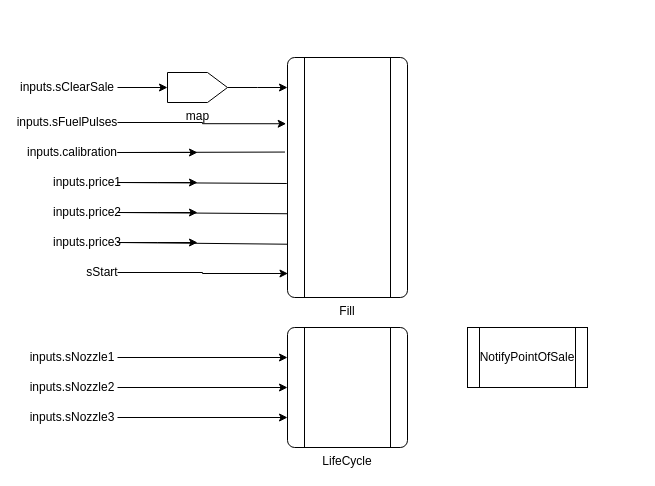
This is ClearSalePump.drawio from suzuki-taro-29/FRP-chap4-diagrams, a draw.io file, before an edit. Source tidied: cells renumbered, new cells numbered last; positions are measured from the earlier drawing's top-left corner, leaving out a move shared by most shapes. Both pictures are drawn from the tidied source at 100%, with x=0, y=0 at pixel (17, 57).
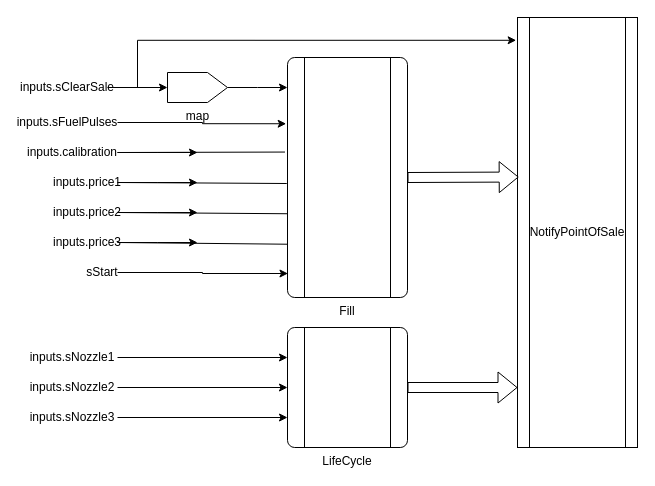
After the change.

Commit message (it also covers changes not shown here):
ClearSalePump.drawio を更新します

Unchanged cells that the change refers to:
```xml
<mxCell id="2" value="Fill" style="verticalLabelPosition=bottom;verticalAlign=top;html=1;shape=process;whiteSpace=wrap;rounded=1;size=0.14;arcSize=6;" parent="1" vertex="1">
  <mxGeometry x="270" width="120" height="240" as="geometry" />
</mxCell>
<mxCell id="25" value="LifeCycle" style="verticalLabelPosition=bottom;verticalAlign=top;html=1;shape=process;whiteSpace=wrap;rounded=1;size=0.14;arcSize=6;" parent="1" vertex="1">
  <mxGeometry x="270" y="270" width="120" height="120" as="geometry" />
</mxCell>
```

Change to the diagram source:
```diff
@@
     <mxCell id="3" value="NotifyPointOfSale" style="shape=process;whiteSpace=wrap;html=1;backgroundOutline=1;" parent="1" vertex="1">
-      <mxGeometry x="450" y="270" width="120" height="60" as="geometry" />
+      <mxGeometry x="500" y="-40" width="120" height="430" as="geometry" />
     </mxCell>
@@
+    <mxCell id="32" style="edgeStyle=orthogonalEdgeStyle;rounded=0;jettySize=auto;html=1;exitX=1;exitY=0.5;exitDx=0;exitDy=0;entryX=-0.011;entryY=0.053;entryDx=0;entryDy=0;entryPerimeter=0;" parent="1" edge="1" target="3">
+      <mxGeometry relative="1" as="geometry">
+        <mxPoint x="90" y="30" as="sourcePoint" />
+        <Array as="points">
+          <mxPoint x="120" y="30" />
+          <mxPoint x="120" y="-17" />
+        </Array>
+      </mxGeometry>
+    </mxCell>
@@
+    <mxCell id="33" style="shape=flexArrow;endArrow=classic;html=1;rounded=0;exitX=1;exitY=0.5;exitDx=0;exitDy=0;" parent="1" edge="1" source="25">
+      <mxGeometry relative="1" as="geometry">
+        <mxPoint x="500" y="330" as="targetPoint" />
+      </mxGeometry>
+    </mxCell>
+    <mxCell id="34" style="shape=flexArrow;endArrow=classic;html=1;rounded=0;exitX=1;exitY=0.5;exitDx=0;exitDy=0;entryX=0.01;entryY=0.371;entryDx=0;entryDy=0;entryPerimeter=0;" parent="1" edge="1" source="2" target="3">
+      <mxGeometry relative="1" as="geometry" />
+    </mxCell>
```
